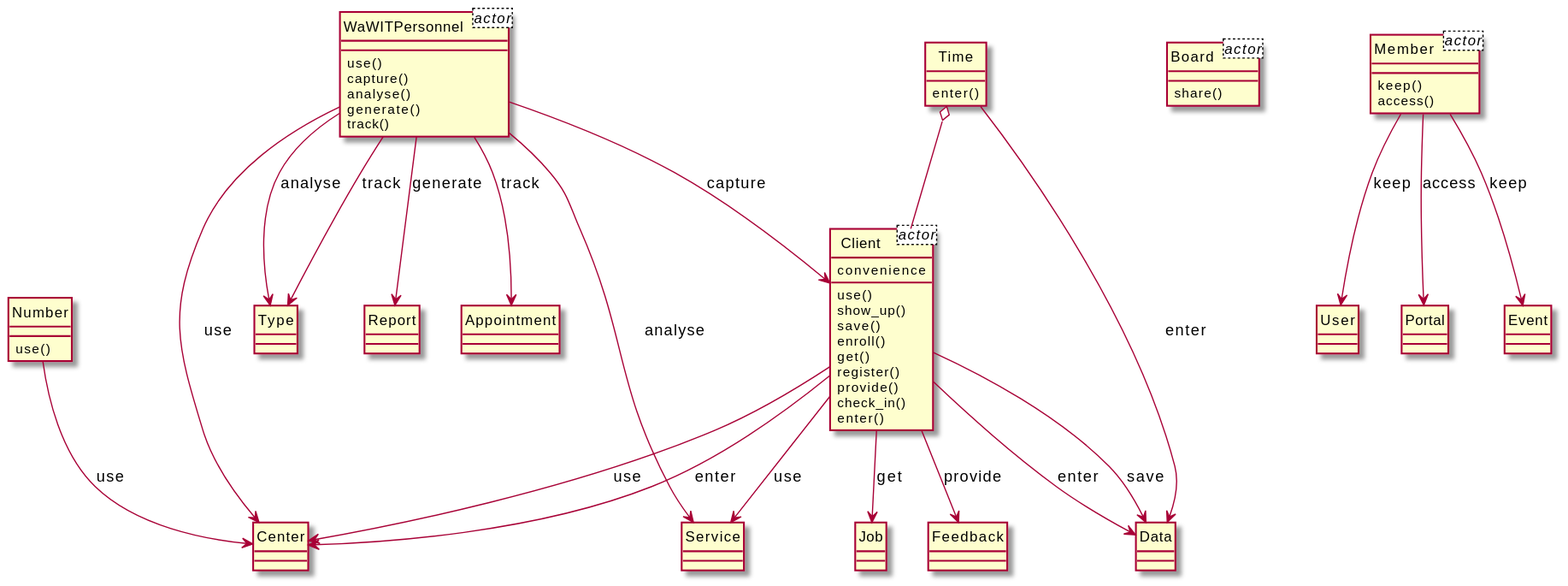
xixixhalu/DomainModelExtractor keeps this PlantUML diagram as output/diagram_5/2014-USC-Project14.svg. Above is the earlier version.
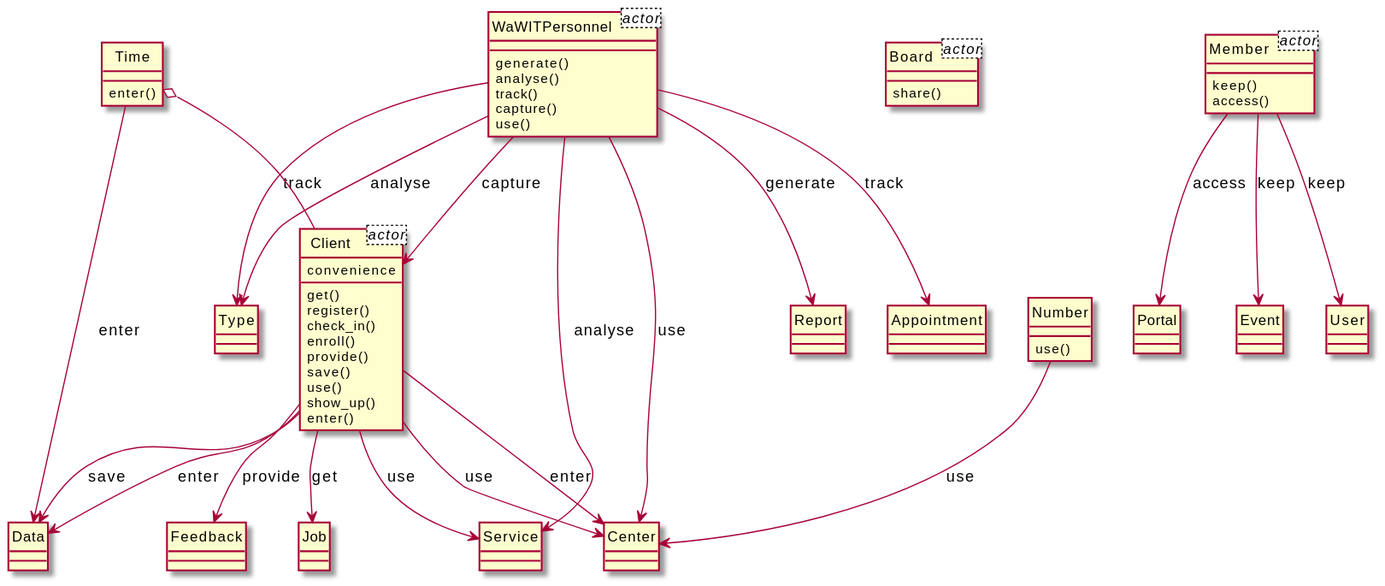
The same file after the commit.

What changed in the source:
```diff
@@ -9,77 +9,77 @@
 }
 class WaWITPersonnel<actor> {
 }
+class Time {
+	enter()
+}
+class Data {
+}
 class Client {
+	get()
+	register()
+	check_in()
+	enroll()
+	provide()
+	save()
 	use()
 	show_up()
-	save()
-	enroll()
-	get()
-	register()
-	provide()
-	check_in()
 	enter()
 }
 class WaWITPersonnel {
+	generate()
+	analyse()
+	track()
+	capture()
 	use()
-	capture()
-	analyse()
-	generate()
-	track()
 }
 class Type {
 }
-class Report {
+class Board {
+	share()
+}
+class Number {
+	use()
 }
 class Center {
+}
+class Service {
+}
+class Report {
 }
 class Member {
 	keep()
 	access()
 }
-class User {
-}
-class Data {
-}
 class Portal {
 }
-class Board {
-	share()
+class Event {
 }
-class Time {
-	enter()
+class Feedback {
 }
 class Job {
 }
-class Event {
-}
 class Appointment {
 }
-class Number {
-	use()
+class User {
 }
-class Service {
-}
-class Feedback {
-}
-WaWITPersonnel --> Type : track
-Member --> Portal : access
-Client --> Data : save
-Time o-- Client
-Time --> Data : enter
-WaWITPersonnel --> Report : generate
-Client --> Feedback : provide
-Client --> Center : use
-WaWITPersonnel --> Center : use
-WaWITPersonnel --> Client : capture
-Member --> User : keep
-Client --> Job : get
-Member --> Event : keep
-WaWITPersonnel --> Appointment : track
-Number --> Center : use
 Client --> Data : enter
 WaWITPersonnel --> Service : analyse
+Client --> Center : use
+WaWITPersonnel --> Type : track
+Member --> User : keep
+Time o-- Client
+WaWITPersonnel --> Report : generate
+WaWITPersonnel --> Type : analyse
+Number --> Center : use
+Client --> Center : enter
+WaWITPersonnel --> Center : use
 Client --> Service : use
-WaWITPersonnel --> Type : analyse
-Client --> Center : enter
+Member --> Portal : access
+Member --> Event : keep
+Client --> Data : save
+Client --> Feedback : provide
+WaWITPersonnel --> Client : capture
+Client --> Job : get
+WaWITPersonnel --> Appointment : track
+Time --> Data : enter
 @enduml
```
